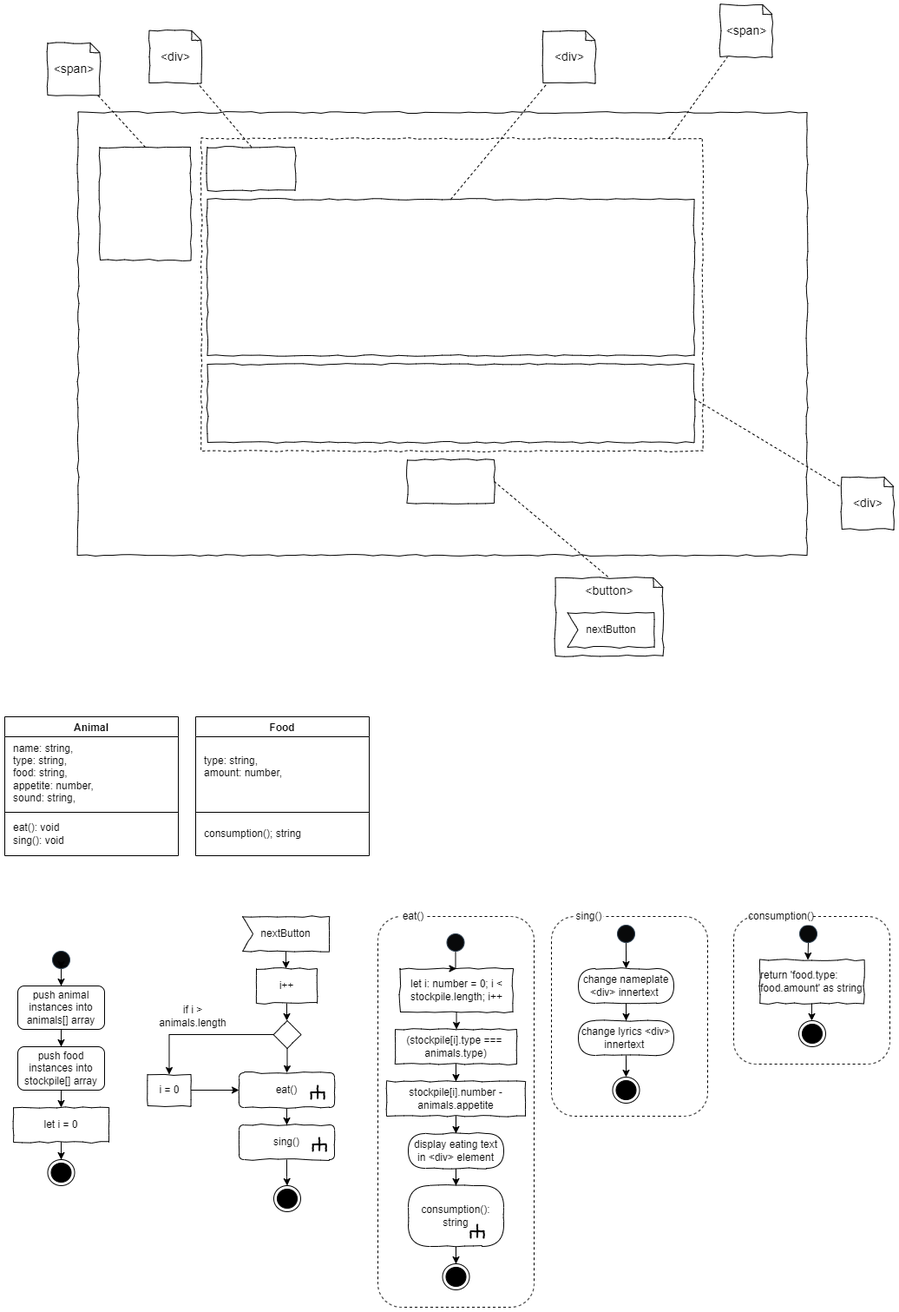
The draw.io diagram OldMcDonald/omdDiagramm_drawio.png in MatBudimir/Code2, before a commit. Source tidied: cells renumbered, new cells last; positions are measured from the earlier drawing's top-left corner, leaving out a move shared by most shapes.
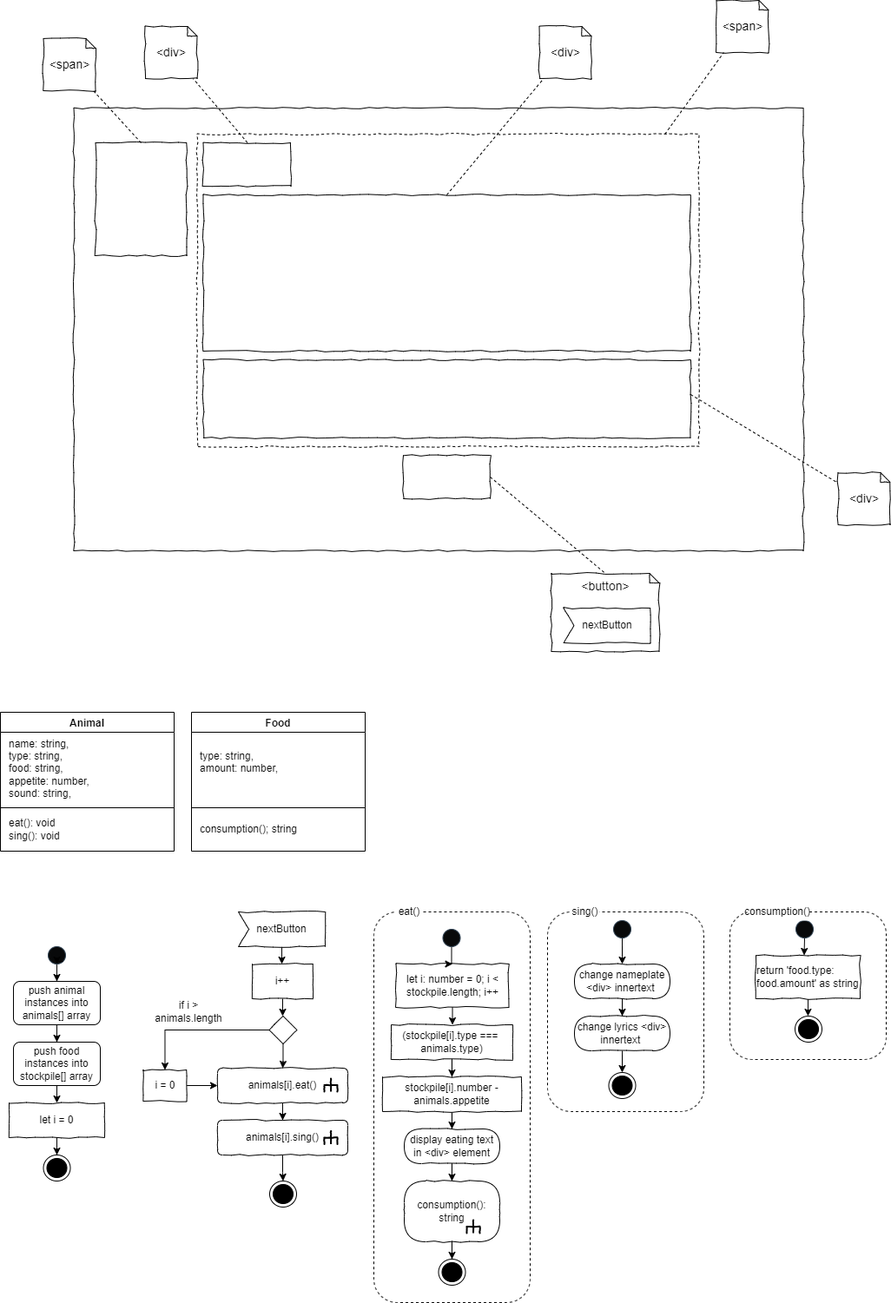
After the change.

Change to the diagram source:
```diff
@@ -192,14 +192,14 @@
     <mxCell id="53" style="edgeStyle=orthogonalEdgeStyle;rounded=0;jettySize=auto;html=1;fontSize=12;" parent="1" edge="1" source="54" target="56">
       <mxGeometry relative="1" as="geometry" />
     </mxCell>
-    <mxCell id="54" value="&lt;div style=&quot;text-align: left; font-size: 12px;&quot;&gt;eat()&lt;/div&gt;" style="rounded=1;whiteSpace=wrap;html=1;comic=1;fontSize=12;" parent="1" vertex="1">
-      <mxGeometry x="270" y="1230" width="110" height="40" as="geometry" />
+    <mxCell id="54" value="&lt;div style=&quot;text-align: left; font-size: 12px;&quot;&gt;animals[i].eat()&lt;/div&gt;" style="rounded=1;whiteSpace=wrap;html=1;comic=1;fontSize=12;" parent="1" vertex="1">
+      <mxGeometry x="250" y="1230" width="150" height="40" as="geometry" />
     </mxCell>
     <mxCell id="55" style="edgeStyle=orthogonalEdgeStyle;rounded=0;jettySize=auto;html=1;" parent="1" edge="1" source="56" target="60">
       <mxGeometry relative="1" as="geometry" />
     </mxCell>
-    <mxCell id="56" value="&lt;div style=&quot;text-align: left; font-size: 12px;&quot;&gt;sing()&lt;/div&gt;" style="rounded=1;whiteSpace=wrap;html=1;comic=1;fontSize=12;" parent="1" vertex="1">
-      <mxGeometry x="270" y="1290" width="110" height="40" as="geometry" />
+    <mxCell id="56" value="&lt;div style=&quot;text-align: left; font-size: 12px;&quot;&gt;&lt;span style=&quot;background-color: initial;&quot;&gt;animals[i].&lt;/span&gt;sing()&lt;/div&gt;" style="rounded=1;whiteSpace=wrap;html=1;comic=1;fontSize=12;" parent="1" vertex="1">
+      <mxGeometry x="250" y="1290" width="150" height="40" as="geometry" />
     </mxCell>
     <mxCell id="57" style="edgeStyle=orthogonalEdgeStyle;rounded=0;jettySize=auto;html=1;fontSize=12;" parent="1" edge="1" source="59" target="68">
       <mxGeometry relative="1" as="geometry" />
@@ -214,7 +214,7 @@
       <mxGeometry x="310" y="1360" width="31" height="30" as="geometry" />
     </mxCell>
     <mxCell id="61" style="group;rotation=90;fontSize=12;" parent="1" vertex="1">
-      <mxGeometry x="351" y="1240" width="20" height="20" as="geometry" />
+      <mxGeometry x="371" y="1237" width="20" height="20" as="geometry" />
     </mxCell>
     <mxCell id="62" style="strokeWidth=2;html=1;shape=mxgraph.flowchart.annotation_2;align=left;rounded=1;comic=1;rotation=90;fontSize=12;" parent="61" vertex="1">
       <mxGeometry x="2" y="5" width="15" height="15" as="geometry" />
@@ -222,15 +222,6 @@
     <mxCell id="63" style="endArrow=none;html=1;entryX=0.508;entryY=0.487;entryPerimeter=0;exitX=1;exitY=0.5;exitPerimeter=0;strokeWidth=2;rounded=0;fontSize=12;" parent="61" edge="1" source="62" target="62">
       <mxGeometry relative="1" as="geometry" />
     </mxCell>
-    <mxCell id="64" style="group;rotation=90;fontSize=12;" parent="1" vertex="1">
-      <mxGeometry x="353" y="1300" width="20" height="20" as="geometry" />
-    </mxCell>
-    <mxCell id="65" style="strokeWidth=2;html=1;shape=mxgraph.flowchart.annotation_2;align=left;rounded=1;comic=1;rotation=90;fontSize=12;" parent="64" vertex="1">
-      <mxGeometry x="2" y="5" width="15" height="15" as="geometry" />
-    </mxCell>
-    <mxCell id="66" style="endArrow=none;html=1;entryX=0.508;entryY=0.487;entryPerimeter=0;exitX=1;exitY=0.5;exitPerimeter=0;strokeWidth=2;rounded=0;fontSize=12;" parent="64" edge="1" source="65" target="65">
-      <mxGeometry relative="1" as="geometry" />
-    </mxCell>
     <mxCell id="67" style="edgeStyle=orthogonalEdgeStyle;rounded=0;jettySize=auto;html=1;" parent="1" edge="1" source="68" target="54">
       <mxGeometry relative="1" as="geometry" />
     </mxCell>
@@ -344,5 +335,11 @@
     <mxCell id="103" style="ellipse;whiteSpace=wrap;html=1;fillColor=#08090A;strokeColor=#314354;fontColor=#ffffff;fontSize=12;" parent="1" vertex="1">
       <mxGeometry x="509.5" y="1070" width="20" height="20" as="geometry" />
     </mxCell>
+    <mxCell id="65" style="strokeWidth=2;html=1;shape=mxgraph.flowchart.annotation_2;align=left;rounded=1;comic=1;rotation=90;fontSize=12;" parent="1" vertex="1">
+      <mxGeometry x="373" y="1302.5" width="15" height="15" as="geometry" />
+    </mxCell>
+    <mxCell id="66" style="endArrow=none;html=1;entryX=0.508;entryY=0.487;entryPerimeter=0;exitX=1;exitY=0.5;exitPerimeter=0;strokeWidth=2;rounded=0;fontSize=12;" parent="1" edge="1" source="65" target="65">
+      <mxGeometry relative="1" as="geometry" />
+    </mxCell>
   </root>
 </mxGraphModel>
```
